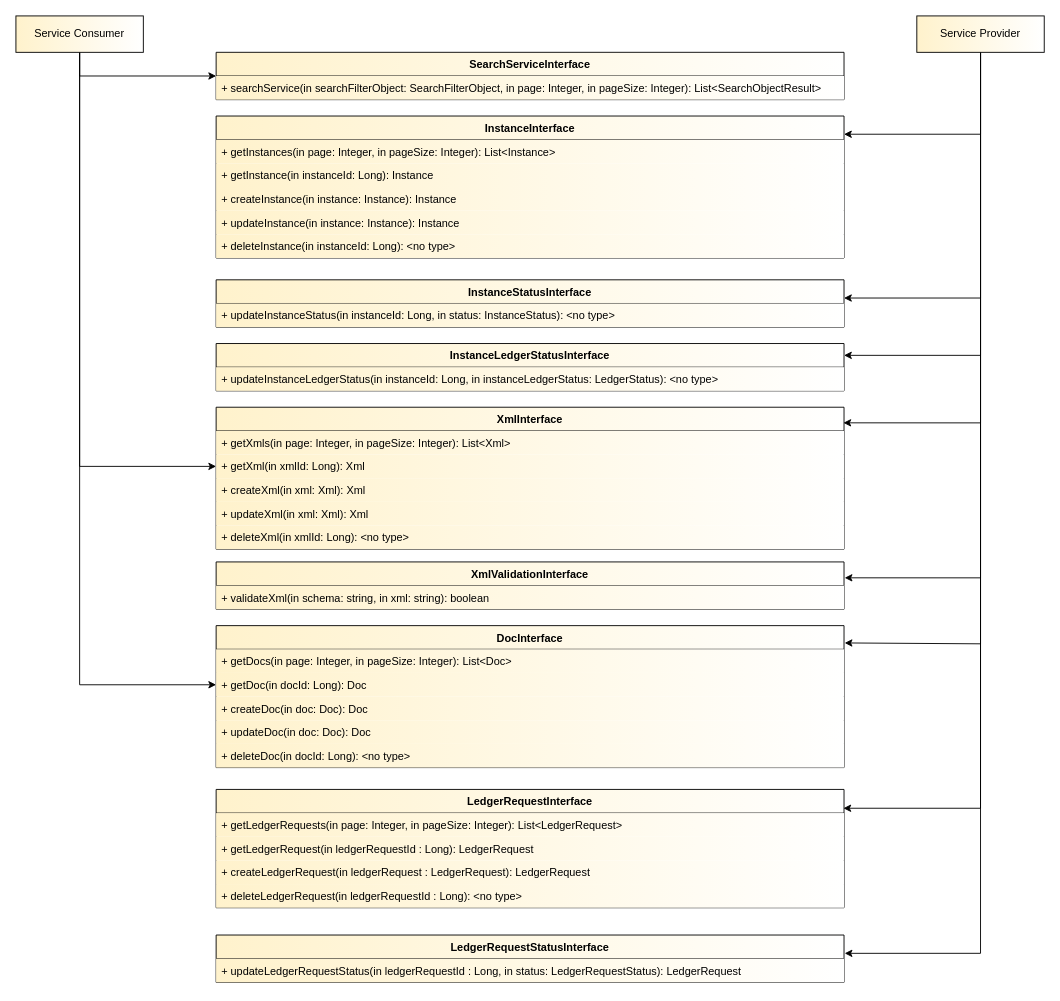
Above: materials/src/interfacedefinitions.drawio in maritimeconnectivity/g1128-msr-service-specification (draw.io), before the change. Source tidied: cells renumbered, new cells numbered last; positions are measured from the earlier drawing's top-left corner, leaving out a move shared by most shapes. Both pictures are drawn from the tidied source at 91%, with x=0, y=0 at pixel (15, 15).
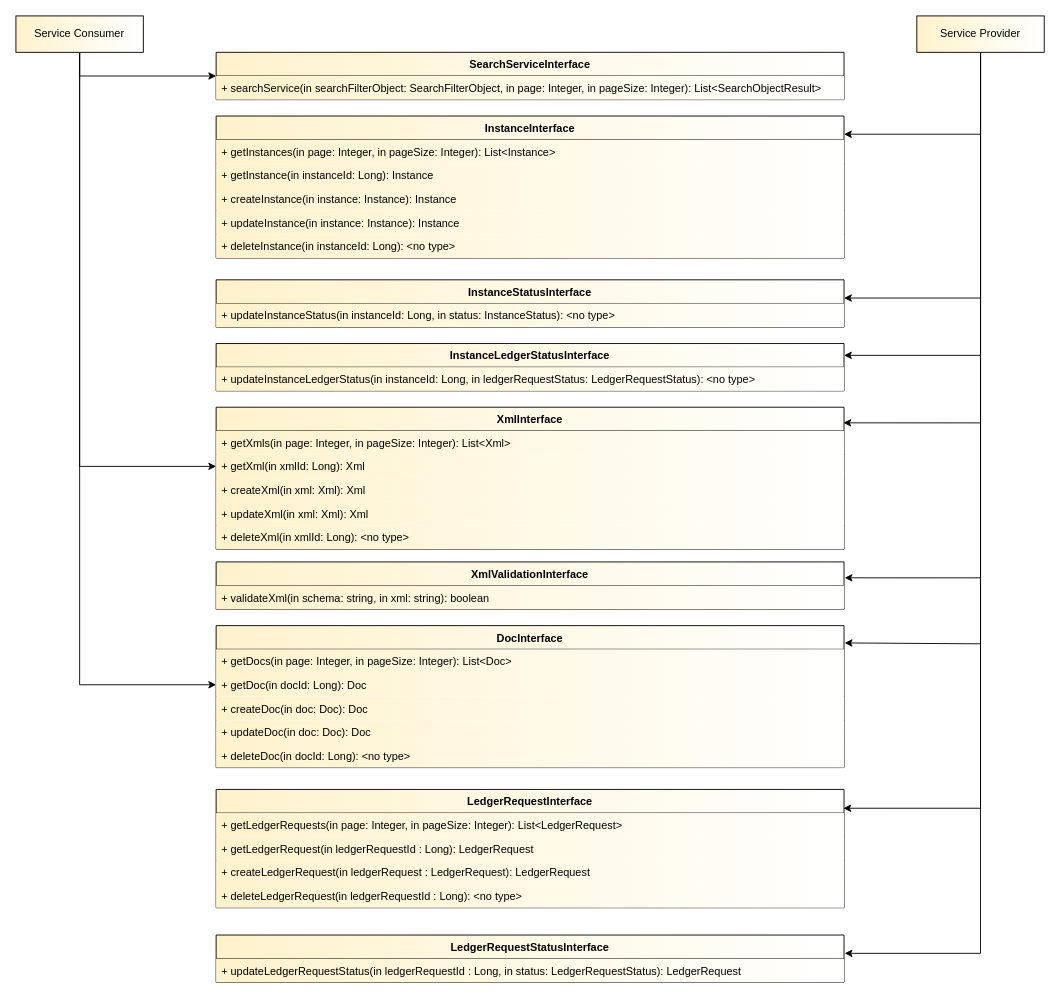
The same diagram, later.

Commit message:
Update interfacedefinitions.drawio with the ledger request status

The change refers to these unchanged cells:
```xml
<mxCell id="44" value="InstanceLedgerStatusInterface" style="swimlane;fontStyle=1;align=center;verticalAlign=top;horizontal=1;startSize=26;rounded=0;glass=0;fillColor=#fff2cc;gradientDirection=east;strokeColor=#000000;gradientColor=#ffffff;" parent="1" vertex="1">
  <mxGeometry x="220" y="360" width="690" height="52" as="geometry" />
</mxCell>
```

Diff of the diagram source:
```diff
@@
-    <mxCell id="45" value="+ updateInstanceLedgerStatus(in instanceId: Long, in instanceLedgerStatus: LedgerStatus): &lt;no type&gt;&#10;" style="text;strokeColor=none;fillColor=#fff2cc;align=left;verticalAlign=top;spacingLeft=4;spacingRight=4;overflow=hidden;rounded=0;glass=0;gradientColor=#ffffff;gradientDirection=east;strokeWidth=1;" parent="44" vertex="1">
+    <mxCell id="45" value="+ updateInstanceLedgerStatus(in instanceId: Long, in ledgerRequestStatus: LedgerRequestStatus): &lt;no type&gt;&#10;" style="text;strokeColor=none;fillColor=#fff2cc;align=left;verticalAlign=top;spacingLeft=4;spacingRight=4;overflow=hidden;rounded=0;glass=0;gradientColor=#ffffff;gradientDirection=east;strokeWidth=1;" parent="44" vertex="1">
       <mxGeometry y="26" width="690" height="26" as="geometry" />
     </mxCell>
```
